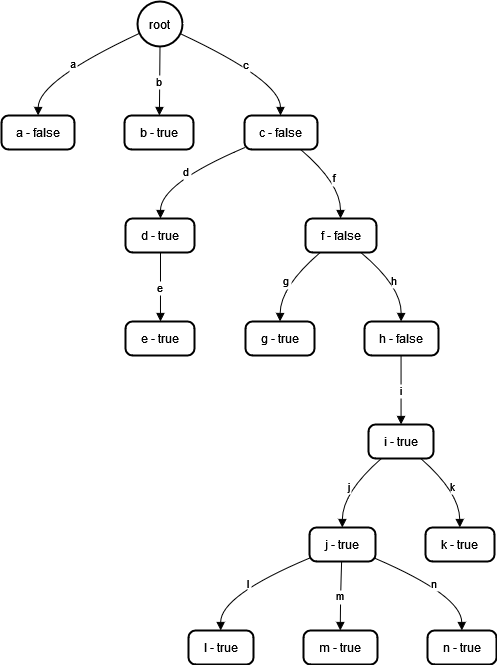
This is figs/trie.png from gaurav5-5/DSA-project-23, a draw.io export, as it was before one commit. Source tidied: cells renumbered, new cells last; positions are measured from the earlier drawing's top-left corner, leaving out a move shared by most shapes.
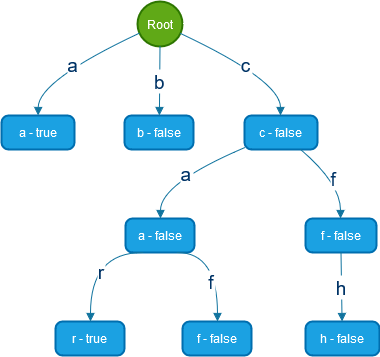
After the change.

The edit, as a diff of the source:
```diff
@@ -2,136 +2,80 @@
   <root>
     <mxCell id="0" />
     <mxCell id="1" parent="0" />
-    <mxCell id="2" value="root" style="ellipse;strokeWidth=2;whiteSpace=wrap;" parent="1" vertex="1">
+    <mxCell id="2" value="Root" style="ellipse;strokeWidth=2;whiteSpace=wrap;fillColor=#60a917;strokeColor=#2D7600;fontColor=#ffffff;" parent="1" vertex="1">
       <mxGeometry x="136" width="45" height="45" as="geometry" />
     </mxCell>
-    <mxCell id="3" value="a - false" style="rounded=1;absoluteArcSize=1;arcSize=14;whiteSpace=wrap;strokeWidth=2;" parent="1" vertex="1">
+    <mxCell id="3" value="a - true" style="rounded=1;absoluteArcSize=1;arcSize=14;whiteSpace=wrap;strokeWidth=2;fillColor=#1ba1e2;strokeColor=#006EAF;fontColor=#ffffff;" parent="1" vertex="1">
       <mxGeometry y="114" width="73" height="34" as="geometry" />
     </mxCell>
-    <mxCell id="4" value="b - true" style="rounded=1;absoluteArcSize=1;arcSize=14;whiteSpace=wrap;strokeWidth=2;" parent="1" vertex="1">
+    <mxCell id="4" value="b - false" style="rounded=1;absoluteArcSize=1;arcSize=14;whiteSpace=wrap;strokeWidth=2;fillColor=#1ba1e2;strokeColor=#006EAF;fontColor=#ffffff;" parent="1" vertex="1">
       <mxGeometry x="123" y="114" width="69" height="34" as="geometry" />
     </mxCell>
-    <mxCell id="5" value="c - false" style="rounded=1;absoluteArcSize=1;arcSize=14;whiteSpace=wrap;strokeWidth=2;" parent="1" vertex="1">
+    <mxCell id="5" value="c - false" style="rounded=1;absoluteArcSize=1;arcSize=14;whiteSpace=wrap;strokeWidth=2;fillColor=#1ba1e2;strokeColor=#006EAF;fontColor=#ffffff;" parent="1" vertex="1">
       <mxGeometry x="243" y="114" width="73" height="34" as="geometry" />
     </mxCell>
-    <mxCell id="6" value="d - true" style="rounded=1;absoluteArcSize=1;arcSize=14;whiteSpace=wrap;strokeWidth=2;" parent="1" vertex="1">
+    <mxCell id="6" value="a - false" style="rounded=1;absoluteArcSize=1;arcSize=14;whiteSpace=wrap;strokeWidth=2;fillColor=#1ba1e2;strokeColor=#006EAF;fontColor=#ffffff;" parent="1" vertex="1">
       <mxGeometry x="124" y="217" width="69" height="34" as="geometry" />
     </mxCell>
-    <mxCell id="7" value="e - true" style="rounded=1;absoluteArcSize=1;arcSize=14;whiteSpace=wrap;strokeWidth=2;" parent="1" vertex="1">
-      <mxGeometry x="124" y="320" width="69" height="34" as="geometry" />
+    <mxCell id="7" value="f - false" style="rounded=1;absoluteArcSize=1;arcSize=14;whiteSpace=wrap;strokeWidth=2;fillColor=#1ba1e2;strokeColor=#006EAF;fontColor=#ffffff;" parent="1" vertex="1">
+      <mxGeometry x="181" y="320" width="69" height="34" as="geometry" />
     </mxCell>
-    <mxCell id="8" value="f - false" style="rounded=1;absoluteArcSize=1;arcSize=14;whiteSpace=wrap;strokeWidth=2;" parent="1" vertex="1">
+    <mxCell id="8" value="f - false" style="rounded=1;absoluteArcSize=1;arcSize=14;whiteSpace=wrap;strokeWidth=2;fillColor=#1ba1e2;strokeColor=#006EAF;fontColor=#ffffff;" parent="1" vertex="1">
       <mxGeometry x="304" y="217" width="71" height="34" as="geometry" />
     </mxCell>
-    <mxCell id="9" value="g - true" style="rounded=1;absoluteArcSize=1;arcSize=14;whiteSpace=wrap;strokeWidth=2;" parent="1" vertex="1">
-      <mxGeometry x="244" y="320" width="69" height="34" as="geometry" />
-    </mxCell>
-    <mxCell id="10" value="h - false" style="rounded=1;absoluteArcSize=1;arcSize=14;whiteSpace=wrap;strokeWidth=2;" parent="1" vertex="1">
-      <mxGeometry x="363" y="320" width="74" height="34" as="geometry" />
+    <mxCell id="10" value="h - false" style="rounded=1;absoluteArcSize=1;arcSize=14;whiteSpace=wrap;strokeWidth=2;fillColor=#1ba1e2;strokeColor=#006EAF;fontColor=#ffffff;" parent="1" vertex="1">
+      <mxGeometry x="304" y="320" width="74" height="34" as="geometry" />
     </mxCell>
-    <mxCell id="11" value="i - true" style="rounded=1;absoluteArcSize=1;arcSize=14;whiteSpace=wrap;strokeWidth=2;" parent="1" vertex="1">
-      <mxGeometry x="367" y="423" width="65" height="34" as="geometry" />
-    </mxCell>
-    <mxCell id="12" value="j - true" style="rounded=1;absoluteArcSize=1;arcSize=14;whiteSpace=wrap;strokeWidth=2;" parent="1" vertex="1">
-      <mxGeometry x="308" y="526" width="66" height="34" as="geometry" />
-    </mxCell>
-    <mxCell id="13" value="k - true" style="rounded=1;absoluteArcSize=1;arcSize=14;whiteSpace=wrap;strokeWidth=2;" parent="1" vertex="1">
-      <mxGeometry x="424" y="526" width="69" height="34" as="geometry" />
-    </mxCell>
-    <mxCell id="14" value="l - true" style="rounded=1;absoluteArcSize=1;arcSize=14;whiteSpace=wrap;strokeWidth=2;" parent="1" vertex="1">
-      <mxGeometry x="187" y="629" width="65" height="34" as="geometry" />
-    </mxCell>
-    <mxCell id="15" value="m - true" style="rounded=1;absoluteArcSize=1;arcSize=14;whiteSpace=wrap;strokeWidth=2;" parent="1" vertex="1">
-      <mxGeometry x="302" y="629" width="74" height="34" as="geometry" />
-    </mxCell>
-    <mxCell id="16" value="n - true" style="rounded=1;absoluteArcSize=1;arcSize=14;whiteSpace=wrap;strokeWidth=2;" parent="1" vertex="1">
-      <mxGeometry x="426" y="629" width="69" height="34" as="geometry" />
-    </mxCell>
-    <mxCell id="17" value="a" style="curved=1;startArrow=none;endArrow=block;exitX=-0.010185029771592882;exitY=0.730005007417817;entryX=0.5011415873488335;entryY=-0.0078431297751034;" parent="1" edge="1" source="2" target="3">
+    <mxCell id="17" value="a" style="curved=1;startArrow=none;endArrow=block;exitX=-0.010185029771592882;exitY=0.730005007417817;entryX=0.5011415873488335;entryY=-0.0078431297751034;fillColor=#b1ddf0;strokeColor=#10739e;fontColor=#003366;fontSize=19;" parent="1" edge="1" source="2" target="3">
       <mxGeometry relative="1" as="geometry">
         <Array as="points">
           <mxPoint x="37" y="79" />
         </Array>
       </mxGeometry>
     </mxCell>
-    <mxCell id="18" value="b" style="curved=1;startArrow=none;endArrow=block;exitX=0.4868520100911458;exitY=0.9940740797254775;entryX=0.5059179775956748;entryY=-0.0078431297751034;" parent="1" edge="1" source="2" target="4">
+    <mxCell id="18" value="b" style="curved=1;startArrow=none;endArrow=block;exitX=0.4868520100911458;exitY=0.9940740797254775;entryX=0.5059179775956748;entryY=-0.0078431297751034;fillColor=#b1ddf0;strokeColor=#10739e;fontColor=#003366;fontSize=19;" parent="1" edge="1" source="2" target="4">
       <mxGeometry relative="1" as="geometry" />
     </mxCell>
-    <mxCell id="19" value="c" style="curved=1;startArrow=none;endArrow=block;exitX=0.9838890499538846;exitY=0.7304699852426032;entryX=0.49303666206255353;entryY=-0.0078431297751034;" parent="1" edge="1" source="2" target="5">
+    <mxCell id="19" value="c" style="curved=1;startArrow=none;endArrow=block;exitX=0.9838890499538846;exitY=0.7304699852426032;entryX=0.49303666206255353;entryY=-0.0078431297751034;fillColor=#b1ddf0;strokeColor=#10739e;fontColor=#003366;fontSize=19;" parent="1" edge="1" source="2" target="5">
       <mxGeometry relative="1" as="geometry">
         <Array as="points">
           <mxPoint x="279" y="79" />
         </Array>
       </mxGeometry>
     </mxCell>
-    <mxCell id="20" value="d" style="curved=1;startArrow=none;endArrow=block;exitX=-0.0047943951332405825;exitY=0.950865422107552;entryX=0.5070653721906137;entryY=-0.0078431297751034;" parent="1" edge="1" source="5" target="6">
+    <mxCell id="20" value="a" style="curved=1;startArrow=none;endArrow=block;exitX=-0.0047943951332405825;exitY=0.950865422107552;entryX=0.5070653721906137;entryY=-0.0078431297751034;fillColor=#b1ddf0;strokeColor=#10739e;fontColor=#003366;fontSize=19;" parent="1" edge="1" source="5" target="6">
       <mxGeometry relative="1" as="geometry">
         <Array as="points">
           <mxPoint x="159" y="182" />
         </Array>
       </mxGeometry>
     </mxCell>
-    <mxCell id="21" value="e" style="curved=1;startArrow=none;endArrow=block;exitX=0.5070653721906137;exitY=0.9921568702248966;entryX=0.5070653721906137;entryY=-0.0078431297751034;" parent="1" edge="1" source="6" target="7">
-      <mxGeometry relative="1" as="geometry" />
+    <mxCell id="21" value="f" style="curved=1;startArrow=none;endArrow=block;exitX=0.75;exitY=1;entryX=0.5070653721906137;entryY=-0.0078431297751034;exitDx=0;exitDy=0;edgeStyle=orthogonalEdgeStyle;fillColor=#b1ddf0;strokeColor=#10739e;fontColor=#003366;fontSize=19;" parent="1" edge="1" source="6" target="7">
+      <mxGeometry x="0.27" y="-6" relative="1" as="geometry">
+        <Array as="points">
+          <mxPoint x="216" y="251" />
+        </Array>
+      </mxGeometry>
     </mxCell>
-    <mxCell id="22" value="f" style="curved=1;startArrow=none;endArrow=block;exitX=0.7645377539497593;exitY=0.9921568702248966;entryX=0.4934273840675891;entryY=-0.0078431297751034;" parent="1" edge="1" source="5" target="8">
+    <mxCell id="22" value="f" style="curved=1;startArrow=none;endArrow=block;exitX=0.7645377539497593;exitY=0.9921568702248966;entryX=0.4934273840675891;entryY=-0.0078431297751034;fillColor=#b1ddf0;strokeColor=#10739e;fontColor=#003366;fontSize=19;" parent="1" edge="1" source="5" target="8">
       <mxGeometry relative="1" as="geometry">
         <Array as="points">
           <mxPoint x="339" y="182" />
         </Array>
       </mxGeometry>
     </mxCell>
-    <mxCell id="23" value="g" style="curved=1;startArrow=none;endArrow=block;exitX=0.21201187482239447;exitY=0.9921568702248966;entryX=0.5000605652297753;entryY=-0.0078431297751034;" parent="1" edge="1" source="8" target="9">
-      <mxGeometry relative="1" as="geometry">
-        <Array as="points">
-          <mxPoint x="279" y="285" />
-        </Array>
-      </mxGeometry>
-    </mxCell>
-    <mxCell id="24" value="h" style="curved=1;startArrow=none;endArrow=block;exitX=0.7748428933127838;exitY=0.9921568702248966;entryX=0.49408796671274546;entryY=-0.0078431297751034;" parent="1" edge="1" source="8" target="10">
-      <mxGeometry relative="1" as="geometry">
-        <Array as="points">
-          <mxPoint x="400" y="285" />
-        </Array>
-      </mxGeometry>
+    <mxCell id="24" value="h" style="curved=1;startArrow=none;endArrow=block;exitX=0.5;exitY=1;entryX=0.49408796671274546;entryY=-0.0078431297751034;exitDx=0;exitDy=0;fillColor=#b1ddf0;strokeColor=#10739e;fontColor=#003366;fontSize=19;" parent="1" edge="1" source="8" target="10">
+      <mxGeometry relative="1" as="geometry" />
     </mxCell>
-    <mxCell id="25" value="i" style="curved=1;startArrow=none;endArrow=block;exitX=0.49408796671274546;exitY=0.9921568702248966;entryX=0.5009616851806641;entryY=-0.0078431297751034;" parent="1" edge="1" source="10" target="11">
-      <mxGeometry relative="1" as="geometry" />
-    </mxCell>
-    <mxCell id="26" value="j" style="curved=1;startArrow=none;endArrow=block;exitX=0.20252006337035483;exitY=0.9921568702248966;entryX=0.49690671400590375;entryY=-0.0078431297751034;" parent="1" edge="1" source="11" target="12">
-      <mxGeometry relative="1" as="geometry">
-        <Array as="points">
-          <mxPoint x="341" y="491" />
-        </Array>
-      </mxGeometry>
-    </mxCell>
-    <mxCell id="27" value="k" style="curved=1;startArrow=none;endArrow=block;exitX=0.7994033069909733;exitY=0.9921568702248966;entryX=0.4975242891173432;entryY=-0.0078431297751034;" parent="1" edge="1" source="11" target="13">
-      <mxGeometry relative="1" as="geometry">
-        <Array as="points">
-          <mxPoint x="458" y="491" />
-        </Array>
-      </mxGeometry>
-    </mxCell>
-    <mxCell id="28" value="l" style="curved=1;startArrow=none;endArrow=block;exitX=-0.006376121983383641;exitY=0.9059474129541459;entryX=0.49544889009915866;entryY=-0.0078431297751034;" parent="1" edge="1" source="12" target="14">
-      <mxGeometry relative="1" as="geometry">
-        <Array as="points">
-          <mxPoint x="219" y="594" />
-        </Array>
-      </mxGeometry>
-    </mxCell>
-    <mxCell id="29" value="m" style="curved=1;startArrow=none;endArrow=block;exitX=0.4867787370965142;exitY=0.9921568702248966;entryX=0.49690329061972127;entryY=-0.0078431297751034;" parent="1" edge="1" source="12" target="15">
-      <mxGeometry relative="1" as="geometry">
-        <Array as="points">
-          <mxPoint x="339" y="594" />
-        </Array>
-      </mxGeometry>
-    </mxCell>
-    <mxCell id="30" value="n" style="curved=1;startArrow=none;endArrow=block;exitX=1.0001895499951912;exitY=0.9129847634749407;entryX=0.49788660242937616;entryY=-0.0078431297751034;" parent="1" edge="1" source="12" target="16">
-      <mxGeometry relative="1" as="geometry">
-        <Array as="points">
-          <mxPoint x="460" y="594" />
-        </Array>
-      </mxGeometry>
-    </mxCell>
+    <mxCell id="31" value="r - true" style="rounded=1;absoluteArcSize=1;arcSize=14;whiteSpace=wrap;strokeWidth=2;fillColor=#1ba1e2;strokeColor=#006EAF;fontColor=#ffffff;" parent="1" vertex="1">
+      <mxGeometry x="54" y="320" width="69" height="34" as="geometry" />
+    </mxCell>
+    <mxCell id="32" value="r" style="startArrow=none;endArrow=block;exitX=0.25;exitY=1;entryX=0.5070653721906137;entryY=-0.0078431297751034;exitDx=0;exitDy=0;curved=1;edgeStyle=orthogonalEdgeStyle;fillColor=#b1ddf0;strokeColor=#10739e;fontColor=#003366;fontSize=19;" parent="1" edge="1" source="6" target="31">
+      <mxGeometry x="0.18" y="11" relative="1" as="geometry">
+        <Array as="points">
+          <mxPoint x="89" y="251" />
+        </Array>
+      </mxGeometry>
+    </mxCell>
   </root>
 </mxGraphModel>
```
